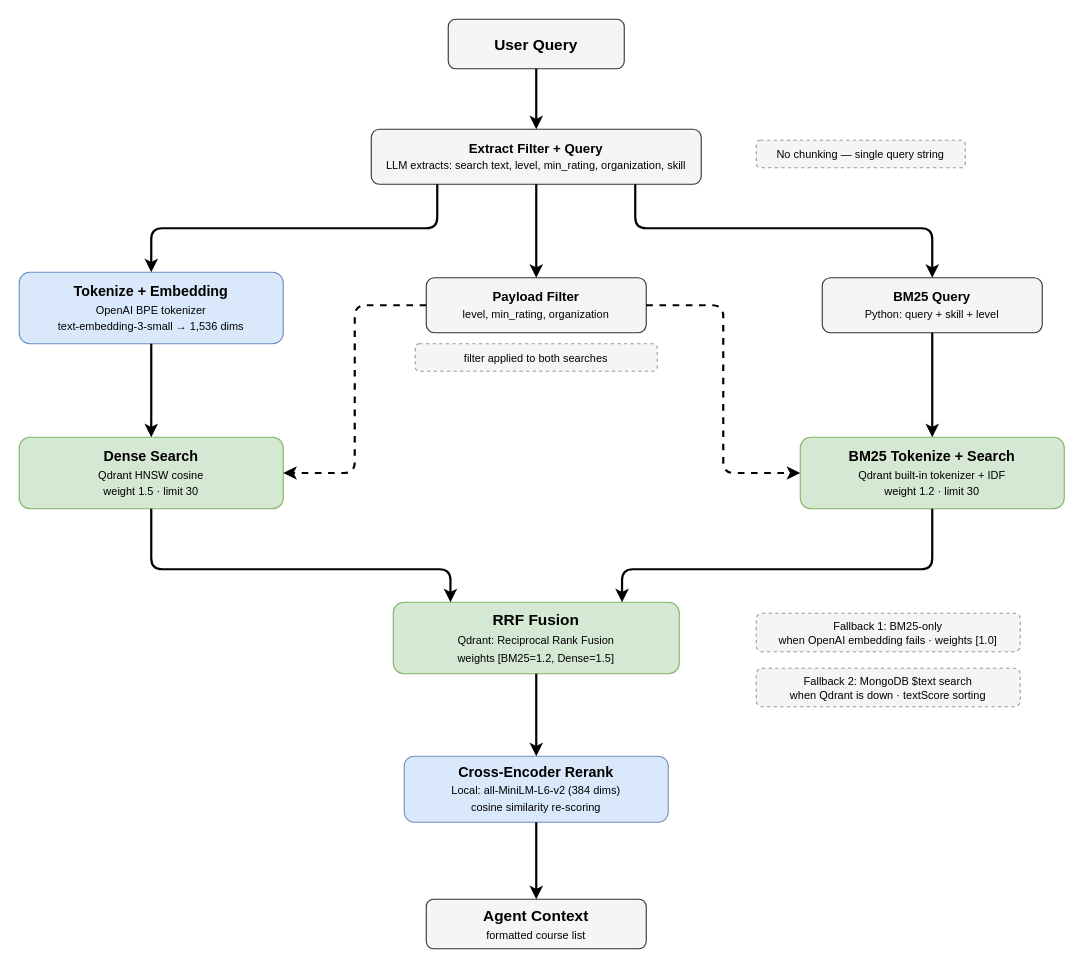
Above: docs/architecture/diagrams/rag-query.drawio in YuichiYamazaki-source/Capstone (draw.io), before the change. Source tidied: cells renumbered, new cells numbered last; positions are measured from the earlier drawing's top-left corner, leaving out a move shared by most shapes. Both pictures are drawn from the tidied source at 110%, with x=0, y=0 at pixel (19, 19).
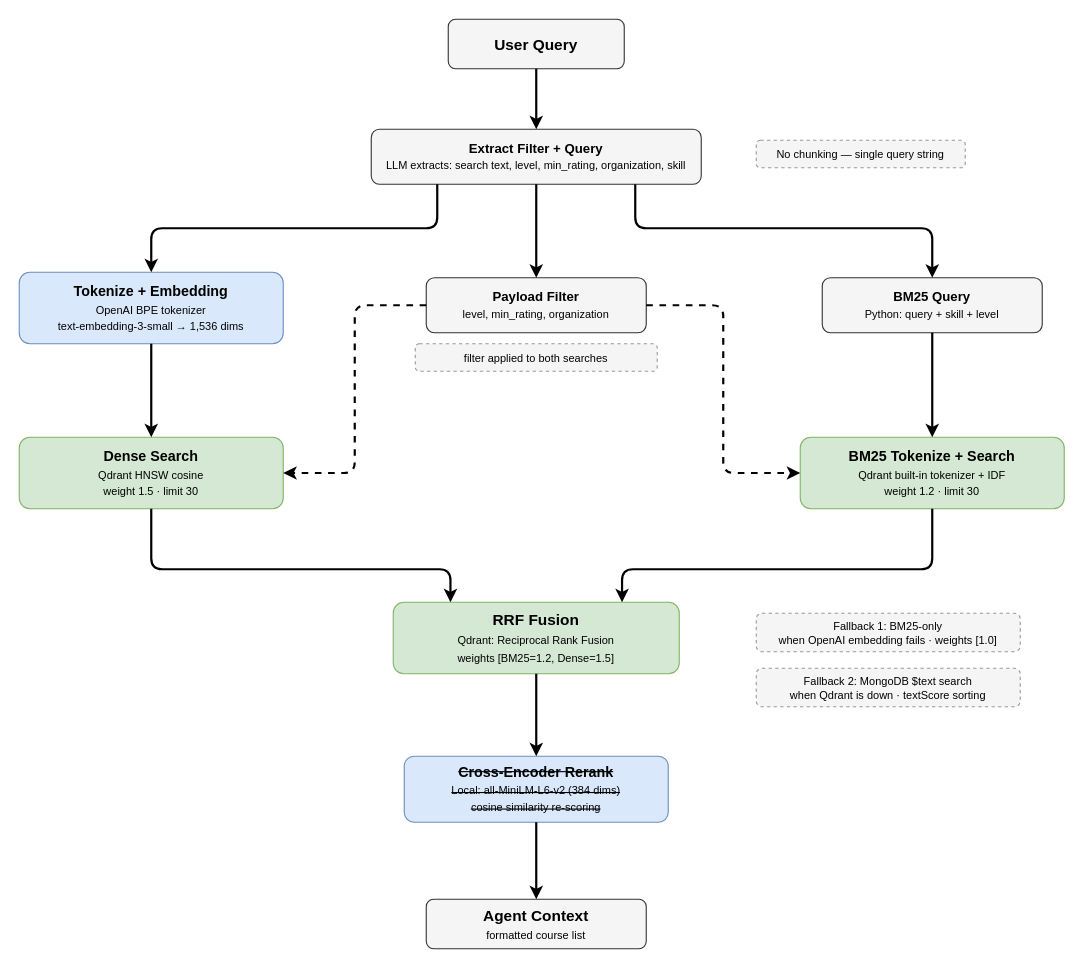
The same page after the edit.

Change to the diagram source:
```diff
@@
-    <mxCell id="12" value="Cross-Encoder Rerank&lt;br&gt;&lt;font style=&quot;font-weight:normal;font-size:10px&quot;&gt;Local: all-MiniLM-L6-v2 (384 dims)&lt;br&gt;cosine similarity re-scoring&lt;/font&gt;" style="rounded=1;whiteSpace=wrap;html=1;fillColor=#dae8fc;strokeColor=#6c8ebf;fontSize=13;fontColor=#000000;fontStyle=1;" parent="1" vertex="1">
+    <mxCell id="12" value="&lt;strike&gt;Cross-Encoder Rerank&lt;br&gt;&lt;font style=&quot;font-weight:normal;font-size:10px&quot;&gt;Local: all-MiniLM-L6-v2 (384 dims)&lt;br&gt;cosine similarity re-scoring&lt;/font&gt;&lt;/strike&gt;" style="rounded=1;whiteSpace=wrap;html=1;fillColor=#dae8fc;strokeColor=#6c8ebf;fontSize=13;fontColor=#000000;fontStyle=1;" parent="1" vertex="1">
       <mxGeometry x="350" y="670" width="240" height="60" as="geometry" />
     </mxCell>
```
